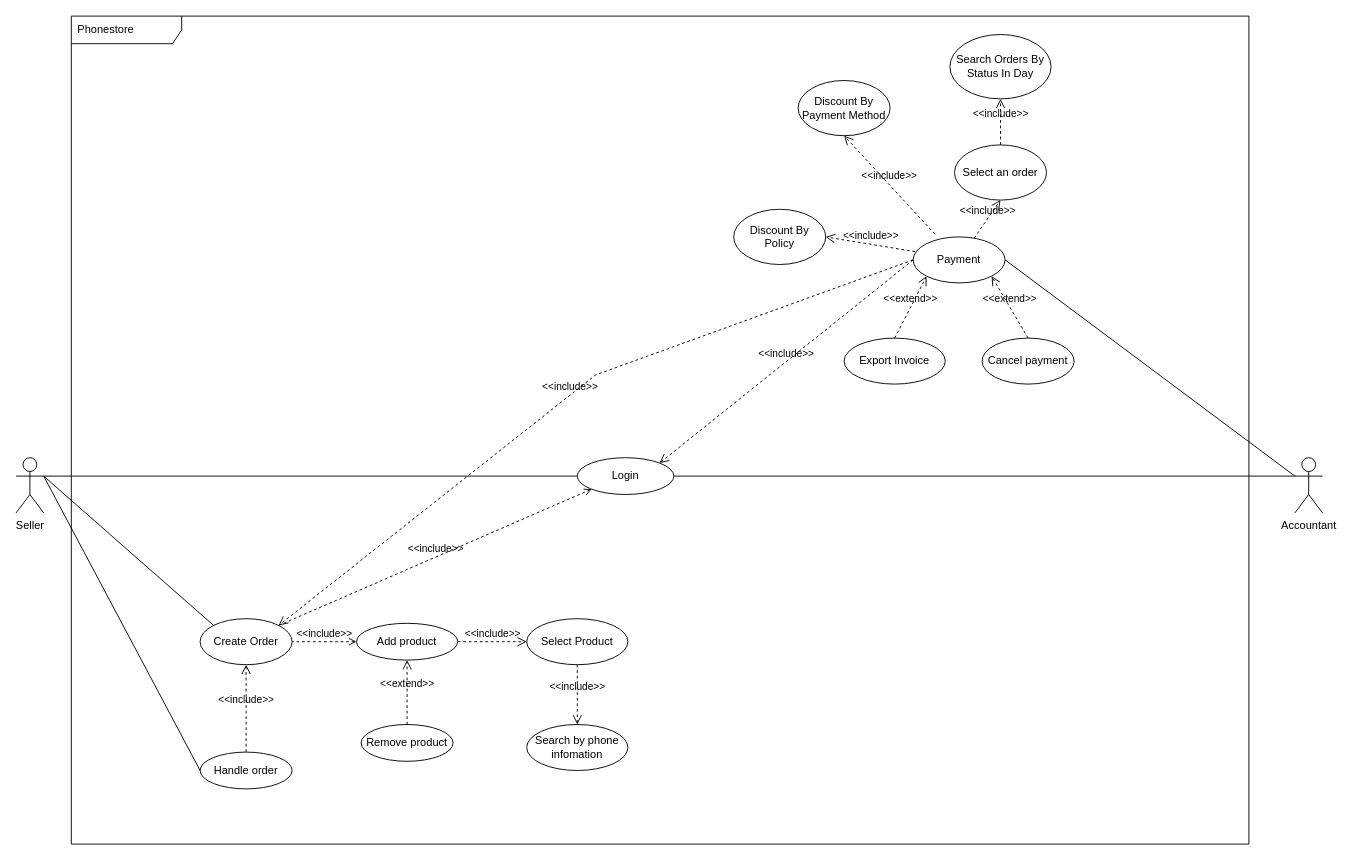
Before: page "UseCase" (1 of 6) of PhoneStore.drawio in anPf1121/ThreeLayerConsole, a draw.io diagram. Source tidied: cells renumbered, new cells numbered last; positions are measured from the earlier drawing's top-left corner, leaving out a move shared by most shapes. Both pictures are drawn from the tidied source at 92%, with x=0, y=0 at pixel (16, 16).
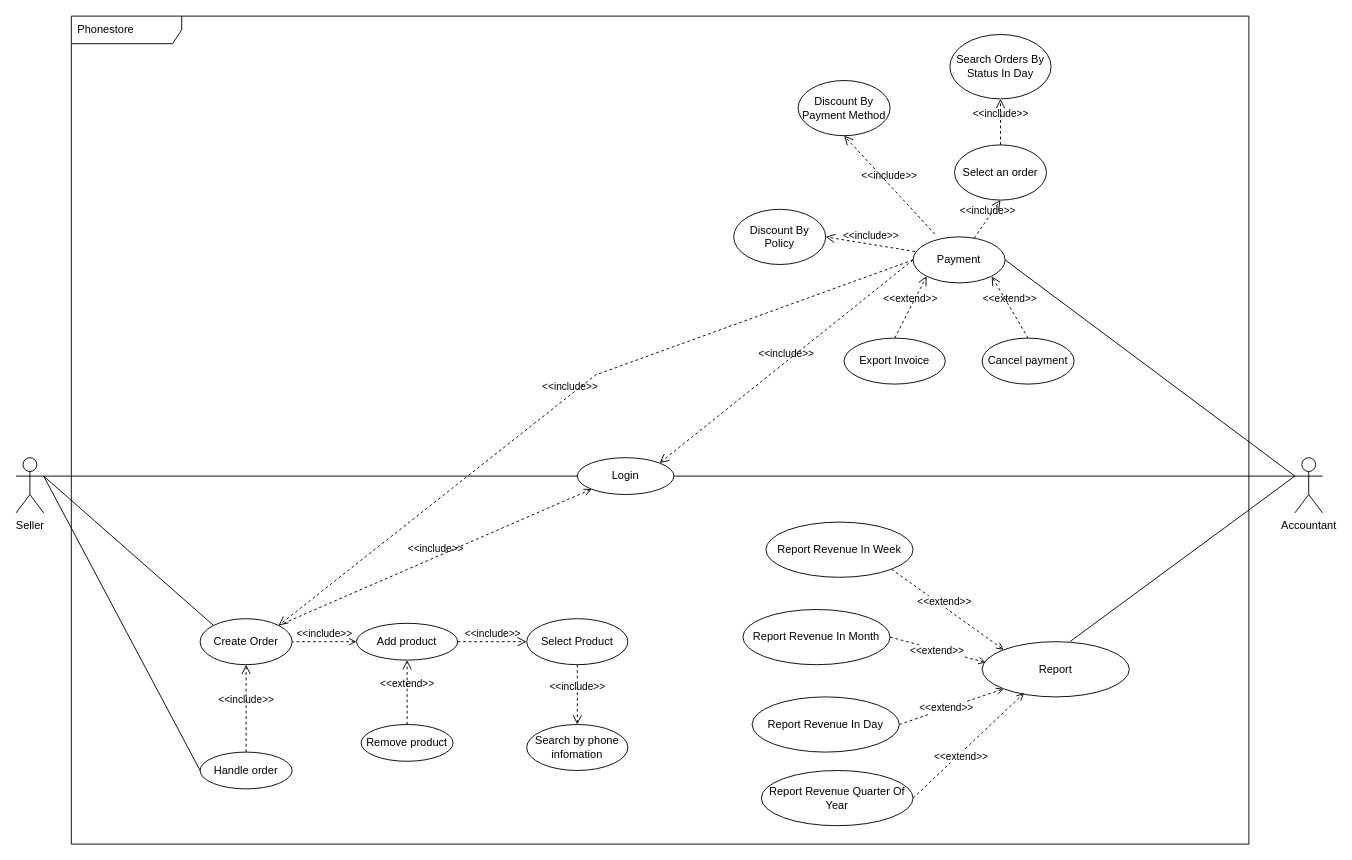
After the change.

Unchanged cells that the change refers to:
```xml
<mxCell id="2" value="Accountant" style="shape=umlActor;verticalLabelPosition=bottom;verticalAlign=top;html=1;outlineConnect=0;" parent="1" vertex="1">
  <mxGeometry x="1390" y="480" width="30" height="60" as="geometry" />
</mxCell>
```

Diff of the diagram source:
```diff
@@
+    <mxCell id="39" style="endArrow=none;html=1;rounded=0;entryX=0;entryY=0.3333333333333333;entryDx=0;entryDy=0;entryPerimeter=0;exitX=0.599;exitY=-0.006;exitDx=0;exitDy=0;exitPerimeter=0;" parent="1" edge="1" source="43" target="2">
+      <mxGeometry relative="1" as="geometry" />
+    </mxCell>
@@
+    <mxCell id="40" style="edgeStyle=none;html=1;exitX=1;exitY=0.5;exitDx=0;exitDy=0;entryX=0;entryY=1;entryDx=0;entryDy=0;dashed=1;endArrow=open;endFill=0;" parent="1" edge="1" source="42" target="43">
+      <mxGeometry relative="1" as="geometry" />
+    </mxCell>
+    <mxCell id="41" value="&amp;lt;&amp;lt;extend&amp;gt;&amp;gt;" style="edgeLabel;html=1;align=center;verticalAlign=middle;" parent="40" vertex="1">
+      <mxGeometry x="-0.25" y="4" relative="1" as="geometry">
+        <mxPoint x="9" as="offset" />
+      </mxGeometry>
+    </mxCell>
+    <mxCell id="42" value="Report Revenue In Day" style="ellipse;whiteSpace=wrap;html=1;" parent="1" vertex="1">
+      <mxGeometry x="800" y="740" width="160" height="60" as="geometry" />
+    </mxCell>
@@
+    <mxCell id="43" value="Report" style="ellipse;whiteSpace=wrap;html=1;" parent="1" vertex="1">
+      <mxGeometry x="1050" y="680" width="160" height="60" as="geometry" />
+    </mxCell>
+    <mxCell id="44" style="edgeStyle=none;html=1;exitX=1;exitY=0.5;exitDx=0;exitDy=0;entryX=0.026;entryY=0.378;entryDx=0;entryDy=0;entryPerimeter=0;dashed=1;endArrow=open;endFill=0;" parent="1" edge="1" source="46" target="43">
+      <mxGeometry relative="1" as="geometry" />
+    </mxCell>
+    <mxCell id="45" value="&amp;lt;&amp;lt;extend&amp;gt;&amp;gt;" style="edgeLabel;html=1;align=center;verticalAlign=middle;" parent="44" vertex="1">
+      <mxGeometry x="-0.3" y="-1" relative="1" as="geometry">
+        <mxPoint x="14" y="4" as="offset" />
+      </mxGeometry>
+    </mxCell>
+    <mxCell id="46" value="Report Revenue In Month" style="ellipse;whiteSpace=wrap;html=1;" parent="1" vertex="1">
+      <mxGeometry x="790" y="645" width="160" height="60" as="geometry" />
+    </mxCell>
+    <mxCell id="47" value="Report Revenue Quarter Of Year" style="ellipse;whiteSpace=wrap;html=1;" parent="1" vertex="1">
+      <mxGeometry x="810" y="820" width="165" height="60" as="geometry" />
+    </mxCell>
+    <mxCell id="48" style="edgeStyle=none;html=1;exitX=1;exitY=0.5;exitDx=0;exitDy=0;entryX=0.285;entryY=0.931;entryDx=0;entryDy=0;dashed=1;endArrow=open;endFill=0;entryPerimeter=0;" parent="1" edge="1" source="47" target="43">
+      <mxGeometry relative="1" as="geometry" />
+    </mxCell>
+    <mxCell id="49" value="&amp;lt;&amp;lt;extend&amp;gt;&amp;gt;" style="edgeLabel;html=1;align=center;verticalAlign=middle;" parent="48" vertex="1">
+      <mxGeometry x="-0.25" y="4" relative="1" as="geometry">
+        <mxPoint x="9" as="offset" />
+      </mxGeometry>
+    </mxCell>
+    <mxCell id="50" value="Report Revenue In Week" style="ellipse;whiteSpace=wrap;html=1;" parent="1" vertex="1">
+      <mxGeometry x="815" y="550" width="160" height="60" as="geometry" />
+    </mxCell>
+    <mxCell id="51" style="edgeStyle=none;html=1;exitX=1;exitY=1;exitDx=0;exitDy=0;entryX=0;entryY=0;entryDx=0;entryDy=0;dashed=1;endArrow=open;endFill=0;" parent="1" edge="1" source="50" target="43">
+      <mxGeometry relative="1" as="geometry" />
+    </mxCell>
+    <mxCell id="52" value="&amp;lt;&amp;lt;extend&amp;gt;&amp;gt;" style="edgeLabel;html=1;align=center;verticalAlign=middle;" parent="51" vertex="1">
+      <mxGeometry x="-0.3" y="-1" relative="1" as="geometry">
+        <mxPoint x="14" y="4" as="offset" />
+      </mxGeometry>
+    </mxCell>
```
